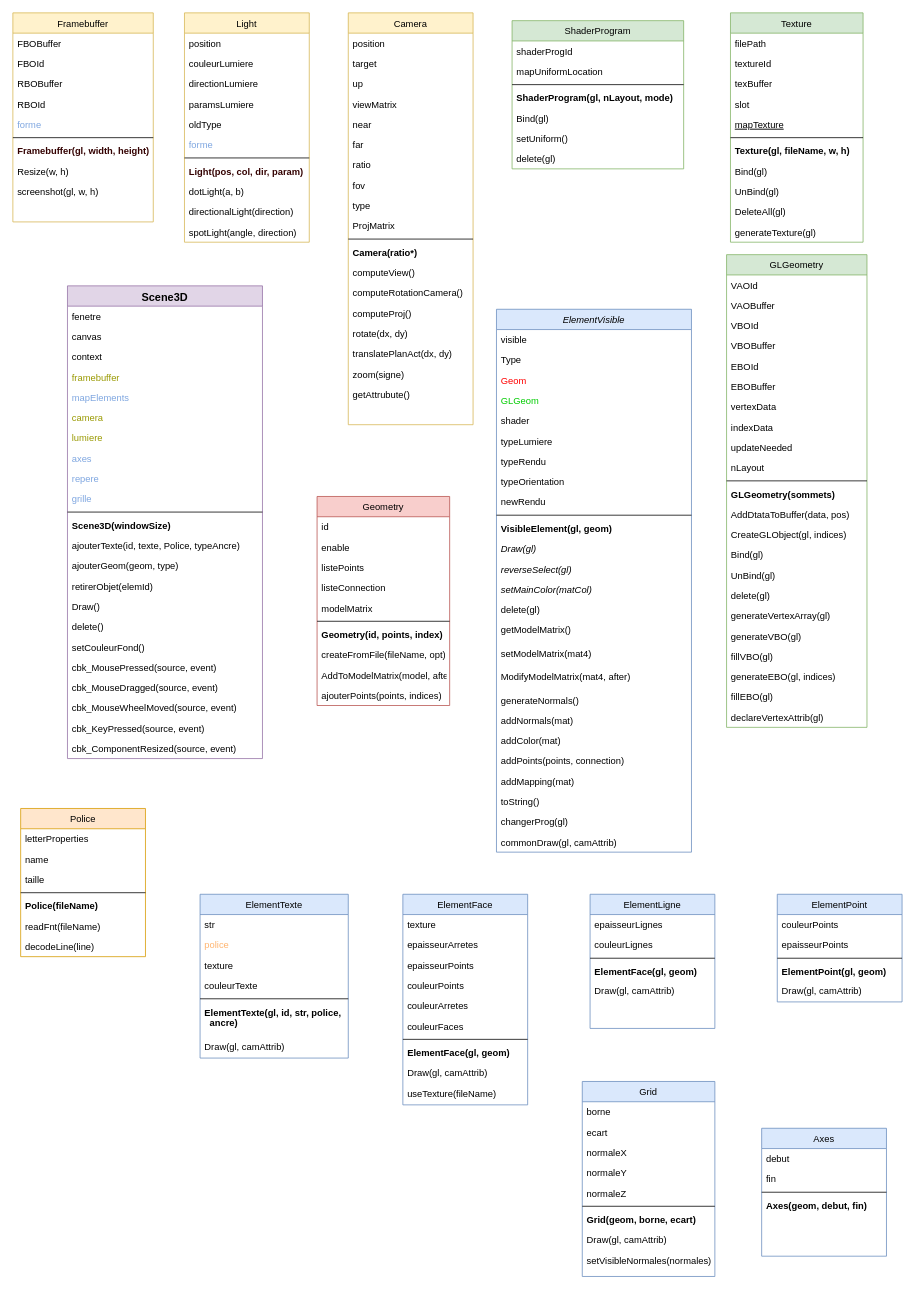
Above: Architecture/architectureDiagram.drawio in Alex4969/OpenGL_MatlabToolbox (draw.io), before the change. Source tidied: cells renumbered, new cells numbered last; positions are measured from the earlier drawing's top-left corner, leaving out a move shared by most shapes. Both pictures are drawn from the tidied source at 78%, with x=0, y=0 at pixel (12, 12).
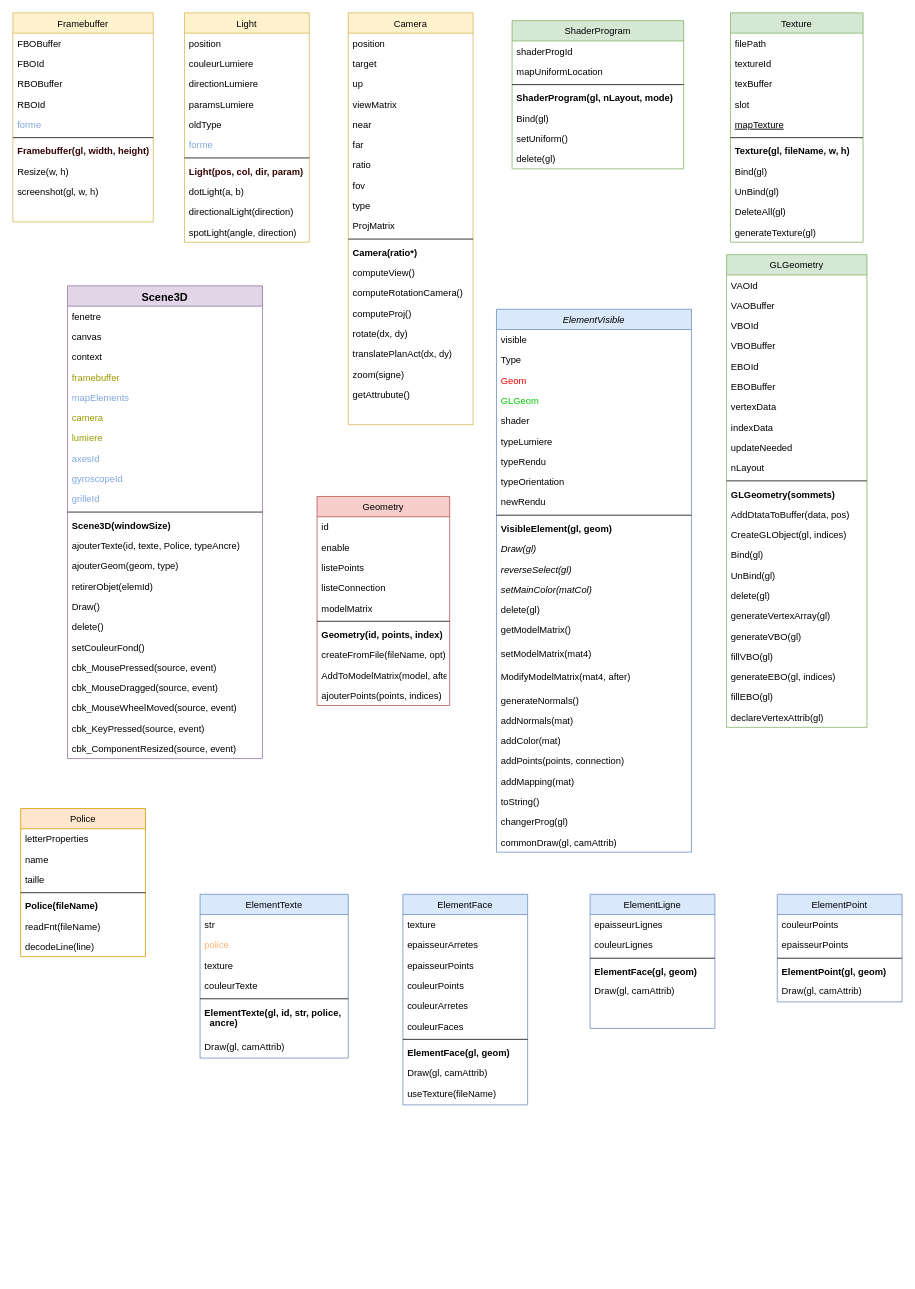
Above is the later version.

The change refers to these unchanged cells:
```xml
<mxCell id="37" value="Scene3D" style="swimlane;fontStyle=1;align=center;verticalAlign=top;horizontal=1;startSize=26;rounded=0;shadow=0;strokeWidth=1;fillColor=#e1d5e7;strokeColor=#9673a6;fontSize=14;" parent="1" vertex="1">
  <mxGeometry x="70" y="350" width="250" height="606" as="geometry" />
</mxCell>
```

Diff of the diagram source:
```diff
@@
-    <mxCell id="45" value="axes" style="text;align=left;verticalAlign=top;spacingLeft=4;spacingRight=4;overflow=hidden;rounded=0;shadow=0;html=0;fontColor=#7EA6E0;" parent="37" vertex="1">
+    <mxCell id="45" value="axesId" style="text;align=left;verticalAlign=top;spacingLeft=4;spacingRight=4;overflow=hidden;rounded=0;shadow=0;html=0;fontColor=#7EA6E0;" parent="37" vertex="1">
       <mxGeometry y="208" width="250" height="26" as="geometry" />
     </mxCell>
-    <mxCell id="46" value="repere" style="text;align=left;verticalAlign=top;spacingLeft=4;spacingRight=4;overflow=hidden;rounded=0;shadow=0;html=0;fontColor=#7EA6E0;" parent="37" vertex="1">
+    <mxCell id="46" value="gyroscopeId" style="text;align=left;verticalAlign=top;spacingLeft=4;spacingRight=4;overflow=hidden;rounded=0;shadow=0;html=0;fontColor=#7EA6E0;" parent="37" vertex="1">
       <mxGeometry y="234" width="250" height="26" as="geometry" />
     </mxCell>
-    <mxCell id="47" value="grille" style="text;align=left;verticalAlign=top;spacingLeft=4;spacingRight=4;overflow=hidden;rounded=0;shadow=0;html=0;fontColor=#7EA6E0;" parent="37" vertex="1">
+    <mxCell id="47" value="grilleId" style="text;align=left;verticalAlign=top;spacingLeft=4;spacingRight=4;overflow=hidden;rounded=0;shadow=0;html=0;fontColor=#7EA6E0;" parent="37" vertex="1">
       <mxGeometry y="260" width="250" height="26" as="geometry" />
     </mxCell>
@@
-    <mxCell id="100" value="Grid" style="swimlane;fontStyle=0;align=center;verticalAlign=top;horizontal=1;startSize=26;rounded=0;shadow=0;strokeWidth=1;fillColor=#dae8fc;strokeColor=#6c8ebf;" parent="1" vertex="1">
-      <mxGeometry x="730" y="1370" width="170" height="250" as="geometry" />
-    </mxCell>
-    <mxCell id="101" value="borne" style="text;align=left;verticalAlign=top;spacingLeft=4;spacingRight=4;overflow=hidden;rounded=0;shadow=0;html=0;" parent="100" vertex="1">
-      <mxGeometry y="26" width="170" height="26" as="geometry" />
-    </mxCell>
-    <mxCell id="102" value="ecart" style="text;align=left;verticalAlign=top;spacingLeft=4;spacingRight=4;overflow=hidden;rounded=0;shadow=0;html=0;" parent="100" vertex="1">
-      <mxGeometry y="52" width="170" height="26" as="geometry" />
-    </mxCell>
-    <mxCell id="103" value="normaleX " style="text;align=left;verticalAlign=top;spacingLeft=4;spacingRight=4;overflow=hidden;rounded=0;shadow=0;html=0;" parent="100" vertex="1">
-      <mxGeometry y="78" width="170" height="26" as="geometry" />
-    </mxCell>
-    <mxCell id="104" value="normaleY" style="text;align=left;verticalAlign=top;spacingLeft=4;spacingRight=4;overflow=hidden;rounded=0;shadow=0;html=0;" parent="100" vertex="1">
-      <mxGeometry y="104" width="170" height="26" as="geometry" />
-    </mxCell>
-    <mxCell id="105" value="normaleZ" style="text;align=left;verticalAlign=top;spacingLeft=4;spacingRight=4;overflow=hidden;rounded=0;shadow=0;html=0;" parent="100" vertex="1">
-      <mxGeometry y="130" width="170" height="26" as="geometry" />
-    </mxCell>
-    <mxCell id="106" style="line;html=1;strokeWidth=1;align=left;verticalAlign=middle;spacingTop=-1;spacingLeft=3;spacingRight=3;labelPosition=right;" parent="100" vertex="1">
-      <mxGeometry y="156" width="170" height="8" as="geometry" />
-    </mxCell>
-    <mxCell id="107" value="Grid(geom, borne, ecart)" style="text;align=left;verticalAlign=top;spacingLeft=4;spacingRight=4;overflow=hidden;rounded=0;shadow=0;html=0;fontStyle=1;" parent="100" vertex="1">
-      <mxGeometry y="164" width="170" height="26" as="geometry" />
-    </mxCell>
-    <mxCell id="108" value="Draw(gl, camAttrib)" style="text;align=left;verticalAlign=top;spacingLeft=4;spacingRight=4;overflow=hidden;rounded=0;shadow=0;html=0;" parent="100" vertex="1">
-      <mxGeometry y="190" width="170" height="26" as="geometry" />
-    </mxCell>
-    <mxCell id="109" value="setVisibleNormales(normales)" style="text;align=left;verticalAlign=top;spacingLeft=4;spacingRight=4;overflow=hidden;rounded=0;shadow=0;html=0;" parent="100" vertex="1">
-      <mxGeometry y="216" width="170" height="26" as="geometry" />
-    </mxCell>
@@
-    <mxCell id="181" value="Axes" style="swimlane;fontStyle=0;align=center;verticalAlign=top;horizontal=1;startSize=26;rounded=0;shadow=0;strokeWidth=1;fillColor=#dae8fc;strokeColor=#6c8ebf;" parent="1" vertex="1">
-      <mxGeometry x="960" y="1430" width="160" height="164" as="geometry" />
-    </mxCell>
-    <mxCell id="182" value="debut" style="text;align=left;verticalAlign=top;spacingLeft=4;spacingRight=4;overflow=hidden;rounded=0;shadow=0;html=0;" parent="181" vertex="1">
-      <mxGeometry y="26" width="160" height="26" as="geometry" />
-    </mxCell>
-    <mxCell id="183" value="fin" style="text;align=left;verticalAlign=top;spacingLeft=4;spacingRight=4;overflow=hidden;rounded=0;shadow=0;html=0;" parent="181" vertex="1">
-      <mxGeometry y="52" width="160" height="26" as="geometry" />
-    </mxCell>
-    <mxCell id="184" style="line;html=1;strokeWidth=1;align=left;verticalAlign=middle;spacingTop=-1;spacingLeft=3;spacingRight=3;labelPosition=right;" parent="181" vertex="1">
-      <mxGeometry y="78" width="160" height="8" as="geometry" />
-    </mxCell>
-    <mxCell id="185" value="Axes(geom, debut, fin)" style="text;align=left;verticalAlign=top;spacingLeft=4;spacingRight=4;overflow=hidden;rounded=0;shadow=0;html=0;fontStyle=1;" parent="181" vertex="1">
-      <mxGeometry y="86" width="160" height="26" as="geometry" />
-    </mxCell>
```
